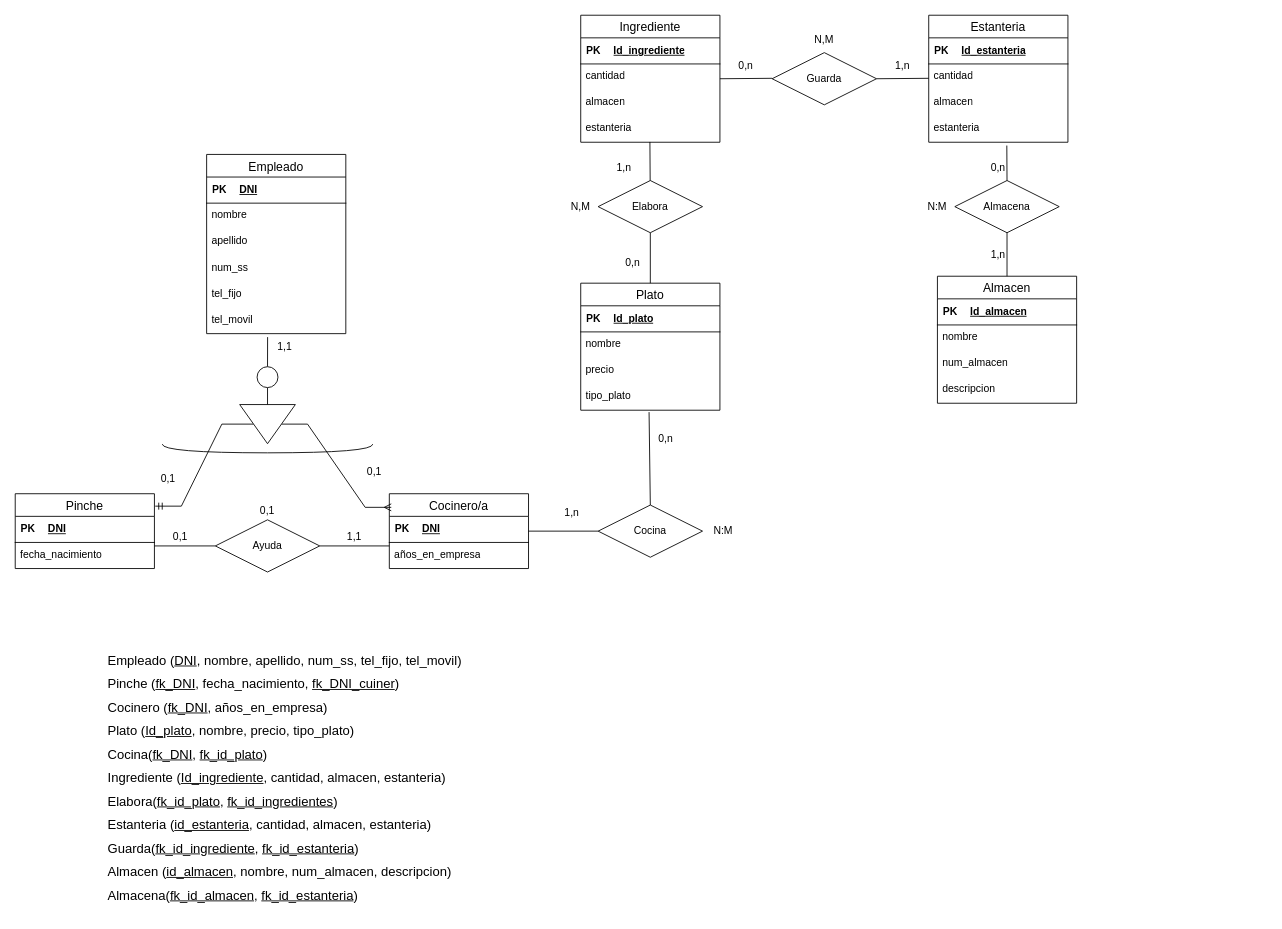
Before: Ejercicio13.drawio in Daninuro/diagrames-cvf-dn-mpl-n-11102023, a draw.io diagram. Source tidied: cells renumbered, new cells numbered last; positions are measured from the earlier drawing's top-left corner, leaving out a move shared by most shapes. Both pictures are drawn from the tidied source at 87%, with x=0, y=0 at pixel (15, 15).
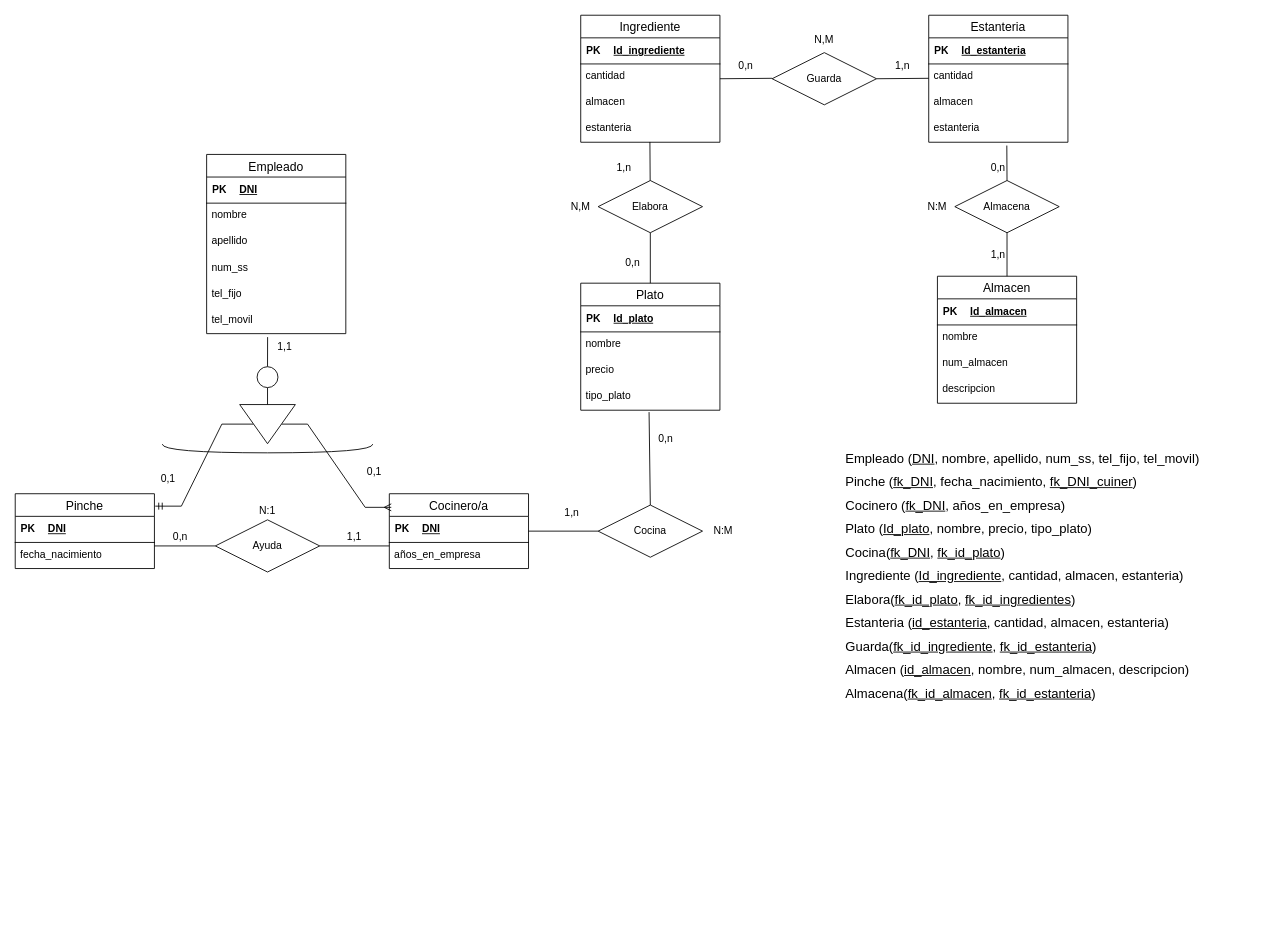
The same diagram, later.

Diff of the diagram source:
```diff
@@
-    <mxCell id="65" value="0,1" style="text;html=1;strokeColor=none;fillColor=none;align=center;verticalAlign=middle;whiteSpace=wrap;rounded=0;" parent="1" vertex="1">
+    <mxCell id="65" value="0,n" style="text;html=1;strokeColor=none;fillColor=none;align=center;verticalAlign=middle;whiteSpace=wrap;rounded=0;" parent="1" vertex="1">
       <mxGeometry x="160" y="585" width="60" height="30" as="geometry" />
     </mxCell>
@@
-    <mxCell id="76" value="0,1" style="text;html=1;strokeColor=none;fillColor=none;align=center;verticalAlign=middle;whiteSpace=wrap;rounded=0;" parent="1" vertex="1">
+    <mxCell id="76" value="N:1" style="text;html=1;strokeColor=none;fillColor=none;align=center;verticalAlign=middle;whiteSpace=wrap;rounded=0;" parent="1" vertex="1">
       <mxGeometry x="260" y="555" width="60" height="30" as="geometry" />
     </mxCell>
@@
     <mxCell id="92" value="&lt;div style=&quot;text-align: justify; line-height: 180%; font-size: 15px;&quot;&gt;&lt;span style=&quot;background-color: initial;&quot;&gt;&lt;font style=&quot;font-size: 15px;&quot;&gt;Empleado (&lt;u style=&quot;&quot;&gt;DNI&lt;/u&gt;, nombre, apellido, num_ss, tel_fijo, tel_movil)&lt;/font&gt;&lt;/span&gt;&lt;/div&gt;&lt;div style=&quot;text-align: justify; line-height: 180%; font-size: 15px;&quot;&gt;&lt;span style=&quot;background-color: initial;&quot;&gt;&lt;font style=&quot;font-size: 15px;&quot;&gt;Pinche (&lt;u&gt;fk_DNI&lt;/u&gt;, fecha_nacimiento, &lt;u&gt;fk_DNI_cuiner&lt;/u&gt;)&lt;/font&gt;&lt;/span&gt;&lt;/div&gt;&lt;div style=&quot;text-align: justify; line-height: 180%; font-size: 15px;&quot;&gt;&lt;span style=&quot;background-color: initial;&quot;&gt;&lt;font style=&quot;font-size: 15px;&quot;&gt;Cocinero (&lt;u&gt;fk_DNI&lt;/u&gt;, años_en_empresa)&lt;/font&gt;&lt;/span&gt;&lt;/div&gt;&lt;div style=&quot;text-align: justify; line-height: 180%; font-size: 15px;&quot;&gt;&lt;span style=&quot;background-color: initial;&quot;&gt;&lt;font style=&quot;font-size: 15px;&quot;&gt;Plato (&lt;u&gt;Id_plato&lt;/u&gt;, nombre, precio, tipo_plato)&lt;/font&gt;&lt;/span&gt;&lt;/div&gt;&lt;div style=&quot;text-align: justify; line-height: 180%; font-size: 15px;&quot;&gt;&lt;font style=&quot;font-size: 15px;&quot;&gt;Cocina(&lt;u style=&quot;border-color: var(--border-color);&quot;&gt;fk_DNI&lt;/u&gt;,&amp;nbsp;&lt;u style=&quot;border-color: var(--border-color);&quot;&gt;fk_id_plato&lt;/u&gt;)&lt;/font&gt;&lt;/div&gt;&lt;div style=&quot;text-align: justify; line-height: 180%; font-size: 15px;&quot;&gt;&lt;span style=&quot;background-color: initial;&quot;&gt;&lt;font style=&quot;font-size: 15px;&quot;&gt;Ingrediente (&lt;u&gt;Id_ingrediente&lt;/u&gt;, cantidad, almacen, estanteria)&lt;/font&gt;&lt;/span&gt;&lt;/div&gt;&lt;div style=&quot;text-align: justify; line-height: 180%; font-size: 15px;&quot;&gt;&lt;font style=&quot;font-size: 15px;&quot;&gt;Elabora(&lt;u&gt;fk_id_plato&lt;/u&gt;, &lt;u&gt;fk_id_ingredientes&lt;/u&gt;)&lt;span style=&quot;background-color: initial;&quot;&gt;&lt;font style=&quot;font-size: 15px;&quot;&gt;&lt;br&gt;&lt;/font&gt;&lt;/span&gt;&lt;/font&gt;&lt;/div&gt;&lt;div style=&quot;text-align: justify; line-height: 180%; font-size: 15px;&quot;&gt;&lt;span style=&quot;background-color: initial;&quot;&gt;&lt;font style=&quot;font-size: 15px;&quot;&gt;Estanteria (&lt;u&gt;id_estanteria&lt;/u&gt;, cantidad, almacen, estanteria)&lt;/font&gt;&lt;/span&gt;&lt;/div&gt;&lt;div style=&quot;text-align: justify; line-height: 180%; font-size: 15px;&quot;&gt;&lt;span style=&quot;background-color: initial;&quot;&gt;&lt;font style=&quot;font-size: 15px;&quot;&gt;Guarda(&lt;u&gt;fk_id_ingrediente&lt;/u&gt;, &lt;u&gt;fk_id_estanteria&lt;/u&gt;)&lt;/font&gt;&lt;/span&gt;&lt;/div&gt;&lt;div style=&quot;text-align: justify; line-height: 180%; font-size: 15px;&quot;&gt;&lt;span style=&quot;background-color: initial;&quot;&gt;&lt;font style=&quot;font-size: 15px;&quot;&gt;Almacen (&lt;u&gt;id_almacen&lt;/u&gt;, nombre, num_almacen, descripcion)&lt;/font&gt;&lt;/span&gt;&lt;/div&gt;&lt;div style=&quot;text-align: justify; line-height: 180%; font-size: 15px;&quot;&gt;&lt;span style=&quot;background-color: initial;&quot;&gt;&lt;font style=&quot;font-size: 15px;&quot;&gt;Almacena(&lt;u style=&quot;&quot;&gt;fk_id_almacen&lt;/u&gt;, &lt;u style=&quot;&quot;&gt;fk_id_estanteria&lt;/u&gt;)&lt;/font&gt;&lt;/span&gt;&lt;/div&gt;" style="text;html=1;strokeColor=none;fillColor=none;align=center;verticalAlign=middle;whiteSpace=wrap;rounded=0;" parent="1" vertex="1">
-      <mxGeometry x="29" y="718" width="562" height="315" as="geometry" />
+      <mxGeometry x="877" y="486" width="562" height="315" as="geometry" />
     </mxCell>
```
